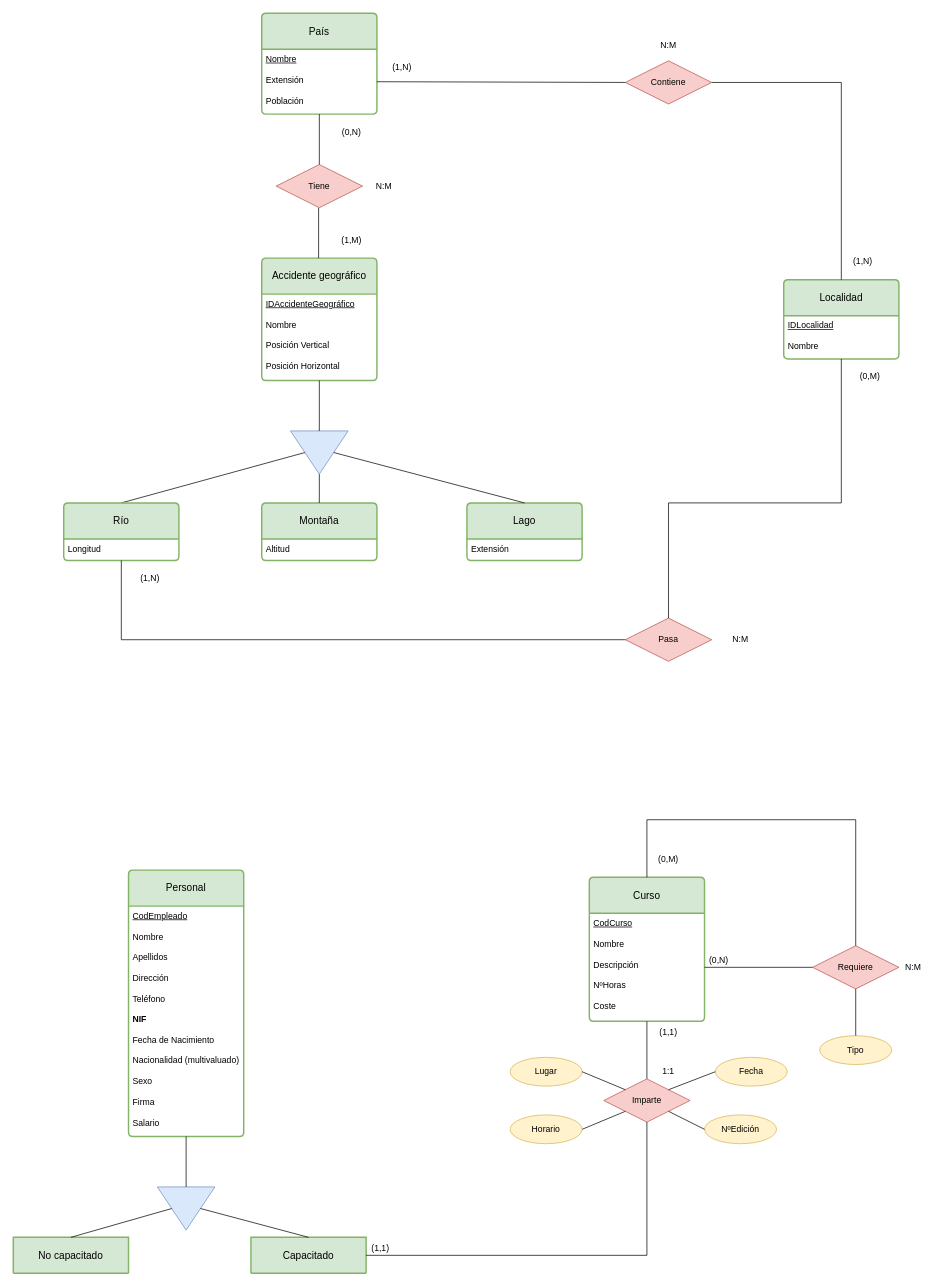
This is BasesDatos/Tema 5/ActividadBD5.4.drawio from RubenAC1999/Clase, a draw.io file, before an edit. Source tidied: cells renumbered, new cells numbered last; positions are measured from the earlier drawing's top-left corner, leaving out a move shared by most shapes. Both pictures are drawn from the tidied source at 72%, with x=0, y=0 at pixel (13, 13).
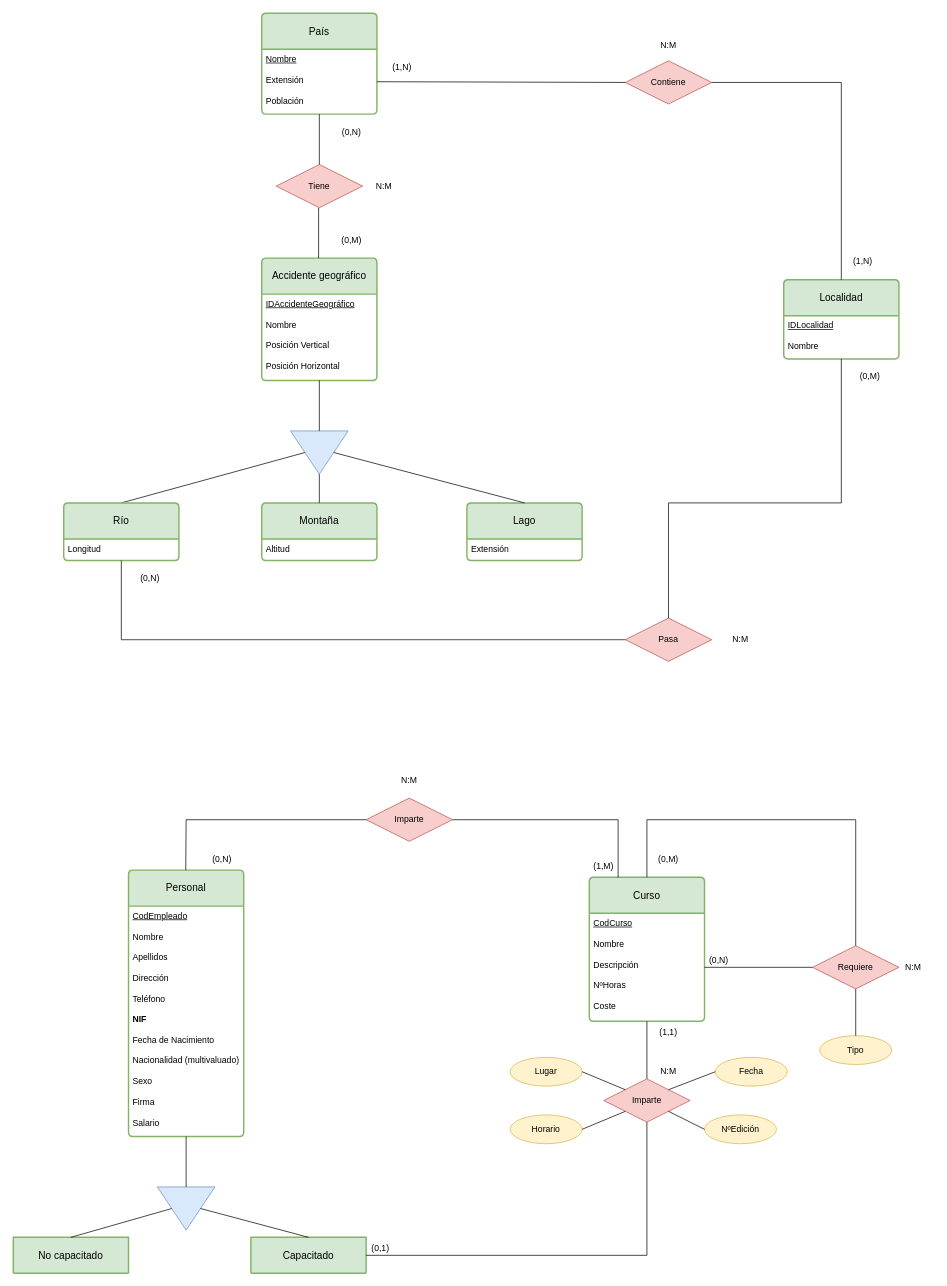
The same page after the edit.

The change refers to these unchanged cells:
```xml
<mxCell id="37" value="Curso" style="swimlane;horizontal=1;startSize=50;rounded=1;fontSize=14;fontStyle=0;strokeWidth=2;shadow=0;dashed=0;align=center;arcSize=4;whiteSpace=wrap;html=1;fillColor=#d5e8d4;strokeColor=#82b366;" parent="1" vertex="1">
  <mxGeometry x="800" y="1200" width="160" height="200" as="geometry" />
</mxCell>
```

Diff of the diagram source:
```diff
@@
-    <mxCell id="30" value="(1,M)" style="text;html=1;strokeColor=none;fillColor=none;align=center;verticalAlign=middle;whiteSpace=wrap;rounded=0;" parent="1" vertex="1">
+    <mxCell id="30" value="(0,M)" style="text;html=1;strokeColor=none;fillColor=none;align=center;verticalAlign=middle;whiteSpace=wrap;rounded=0;" parent="1" vertex="1">
       <mxGeometry x="440" y="300" width="60" height="30" as="geometry" />
     </mxCell>
@@
-    <mxCell id="33" value="(1,N)" style="text;html=1;strokeColor=none;fillColor=none;align=center;verticalAlign=middle;whiteSpace=wrap;rounded=0;" parent="1" vertex="1">
+    <mxCell id="33" value="(0,N)" style="text;html=1;strokeColor=none;fillColor=none;align=center;verticalAlign=middle;whiteSpace=wrap;rounded=0;" parent="1" vertex="1">
       <mxGeometry x="160" y="770" width="60" height="30" as="geometry" />
     </mxCell>
@@
-    <mxCell id="66" value="1:1" style="text;html=1;strokeColor=none;fillColor=none;align=center;verticalAlign=middle;whiteSpace=wrap;rounded=0;" parent="1" vertex="1">
+    <mxCell id="66" value="N:M" style="text;html=1;strokeColor=none;fillColor=none;align=center;verticalAlign=middle;whiteSpace=wrap;rounded=0;" parent="1" vertex="1">
       <mxGeometry x="880" y="1455" width="60" height="30" as="geometry" />
     </mxCell>
@@
-    <mxCell id="68" value="(1,1)" style="text;html=1;strokeColor=none;fillColor=none;align=center;verticalAlign=middle;whiteSpace=wrap;rounded=0;" parent="1" vertex="1">
+    <mxCell id="68" value="(0,1)" style="text;html=1;strokeColor=none;fillColor=none;align=center;verticalAlign=middle;whiteSpace=wrap;rounded=0;" parent="1" vertex="1">
       <mxGeometry x="480" y="1700" width="60" height="30" as="geometry" />
     </mxCell>
+    <mxCell id="69" style="endArrow=none;html=1;rounded=0;exitX=0;exitY=0.5;exitDx=0;exitDy=0;entryX=0;entryY=0.5;entryDx=0;entryDy=0;" parent="1" edge="1" target="70">
+      <mxGeometry relative="1" as="geometry">
+        <mxPoint x="239.5" y="1190" as="sourcePoint" />
+        <Array as="points">
+          <mxPoint x="240" y="1120" />
+        </Array>
+      </mxGeometry>
+    </mxCell>
+    <mxCell id="70" value="Imparte" style="shape=rhombus;perimeter=rhombusPerimeter;whiteSpace=wrap;html=1;align=center;fillColor=#f8cecc;strokeColor=#b85450;" parent="1" vertex="1">
+      <mxGeometry x="490" y="1090" width="120" height="60" as="geometry" />
+    </mxCell>
+    <mxCell id="71" style="endArrow=none;html=1;rounded=0;entryX=0.25;entryY=0;entryDx=0;entryDy=0;exitX=1;exitY=0.5;exitDx=0;exitDy=0;" parent="1" edge="1" source="70" target="37">
+      <mxGeometry relative="1" as="geometry">
+        <Array as="points">
+          <mxPoint x="840" y="1120" />
+        </Array>
+      </mxGeometry>
+    </mxCell>
+    <mxCell id="72" value="&lt;blockquote style=&quot;margin: 0 0 0 40px; border: none; padding: 0px;&quot;&gt;(0,N)&lt;/blockquote&gt;" style="text;html=1;strokeColor=none;fillColor=none;align=center;verticalAlign=middle;whiteSpace=wrap;rounded=0;" parent="1" vertex="1">
+      <mxGeometry x="240" y="1160" width="60" height="30" as="geometry" />
+    </mxCell>
+    <mxCell id="73" value="N:M" style="text;html=1;strokeColor=none;fillColor=none;align=center;verticalAlign=middle;whiteSpace=wrap;rounded=0;" parent="1" vertex="1">
+      <mxGeometry x="520" y="1050" width="60" height="30" as="geometry" />
+    </mxCell>
+    <mxCell id="74" value="&lt;blockquote style=&quot;margin: 0 0 0 40px; border: none; padding: 0px;&quot;&gt;(1,M)&lt;/blockquote&gt;" style="text;html=1;strokeColor=none;fillColor=none;align=center;verticalAlign=middle;whiteSpace=wrap;rounded=0;" parent="1" vertex="1">
+      <mxGeometry x="770" y="1170" width="60" height="30" as="geometry" />
+    </mxCell>
```
